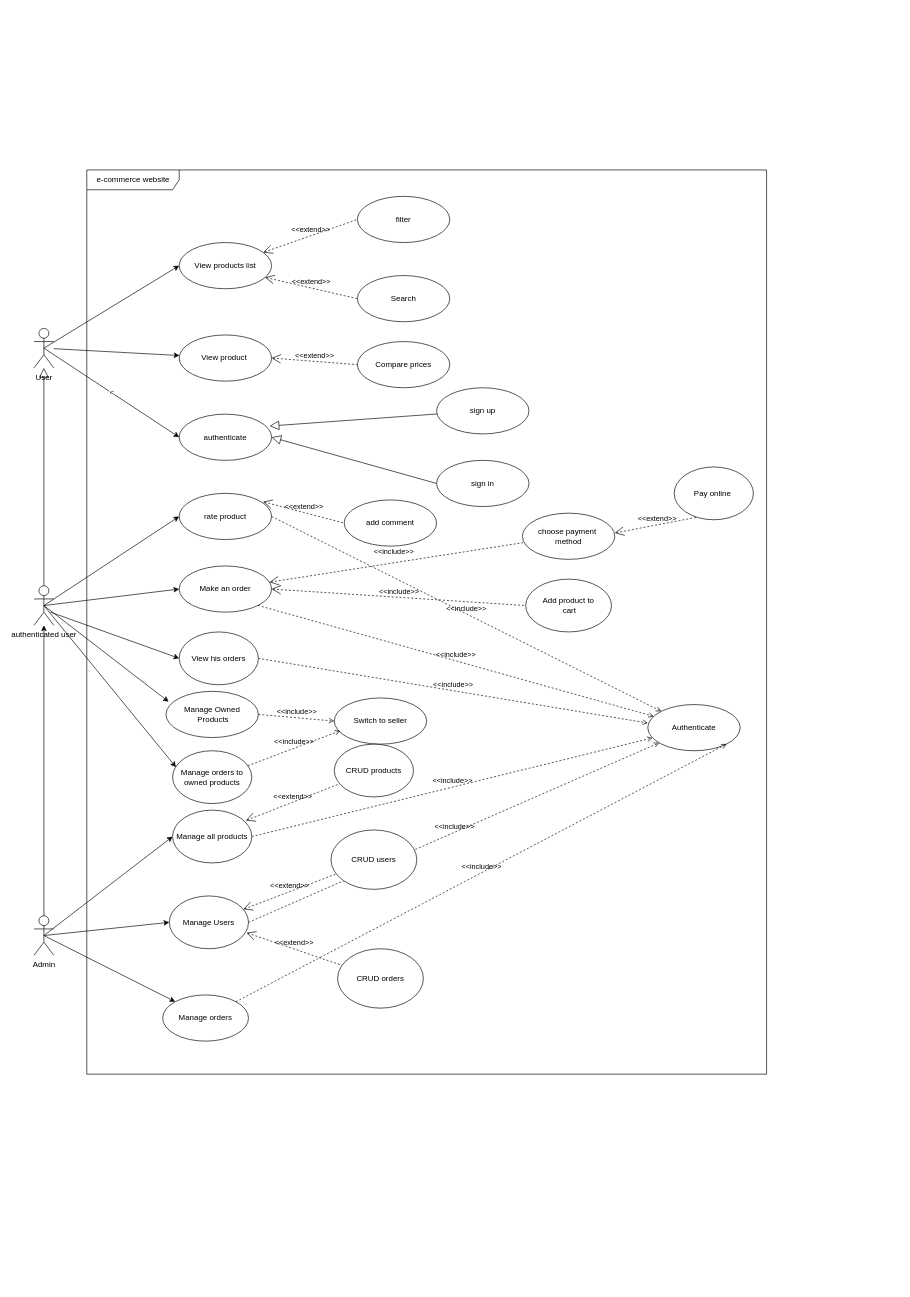
Above: uml/useCase.drawio in zinoubm/Marketly (draw.io), before the change. Source tidied: cells renumbered, new cells numbered last; positions are measured from the earlier drawing's top-left corner, leaving out a move shared by most shapes. Both pictures are drawn from the tidied source at 66%, with x=0, y=0 at pixel (34, 170).
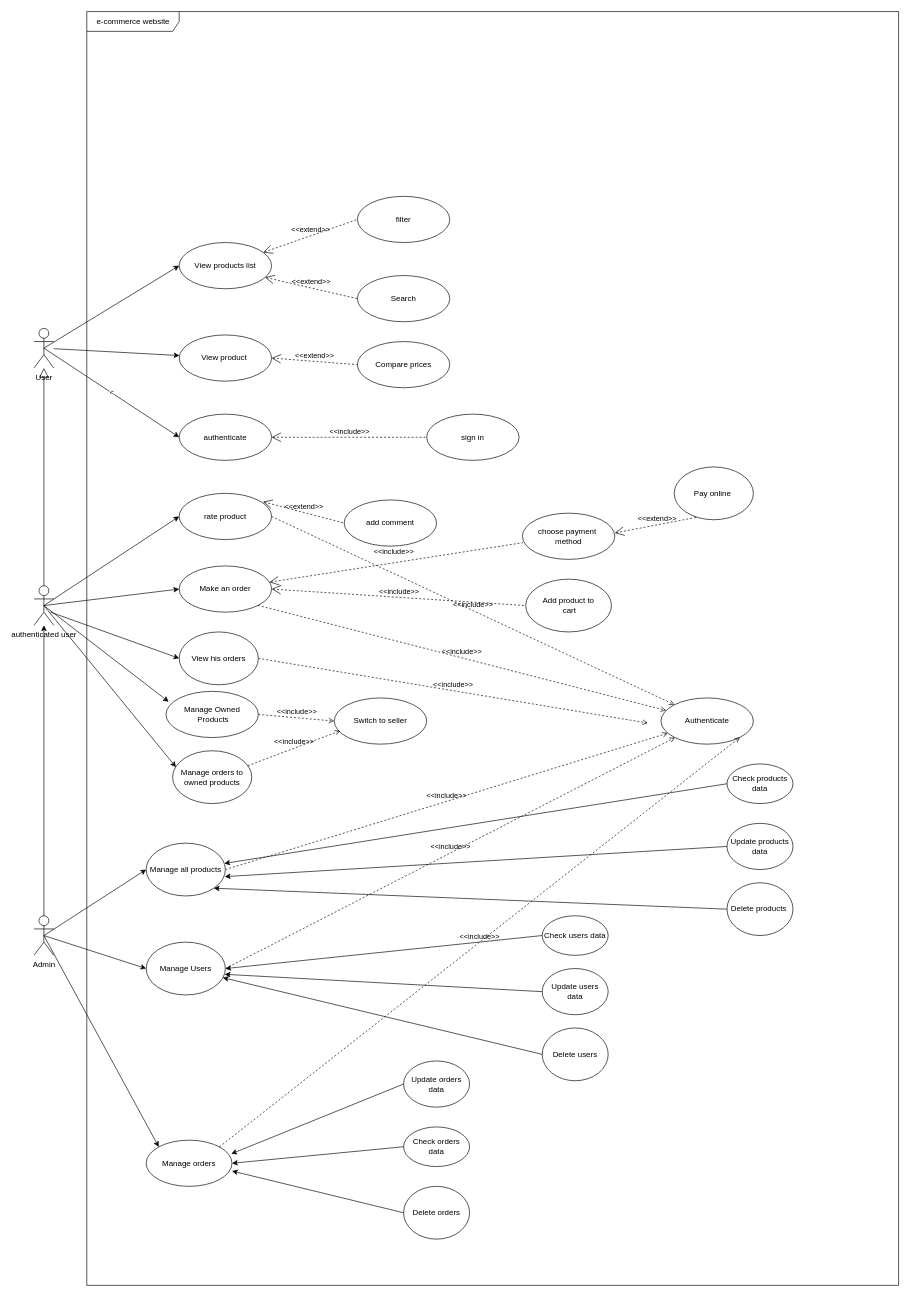
The same diagram, later.

Commit message (it also covers changes not shown here):
add third use case description and fix usecase notes by prof

Unchanged cells that the change refers to:
```xml
<mxCell id="34" value="authenticate" style="ellipse;whiteSpace=wrap;html=1;" parent="1" vertex="1">
  <mxGeometry x="220" y="370" width="140" height="70" as="geometry" />
</mxCell>
```

Change to the diagram source:
```diff
@@
     <mxCell id="2" value="e-commerce website" style="shape=umlFrame;tabWidth=110;tabHeight=30;tabPosition=left;html=1;boundedLbl=1;labelInHeader=1;width=140;height=30;" parent="1" vertex="1">
-      <mxGeometry x="80" width="1030" height="1370" as="geometry" />
+      <mxGeometry x="80" y="-240" width="1230" height="1930" as="geometry" />
     </mxCell>
@@
     <mxCell id="21" value="Authenticate" style="ellipse;whiteSpace=wrap;html=1;" parent="1" vertex="1">
-      <mxGeometry x="930" y="810" width="140" height="70" as="geometry" />
+      <mxGeometry x="950" y="800" width="140" height="70" as="geometry" />
     </mxCell>
@@
     <mxCell id="26" value="Manage orders" style="ellipse;whiteSpace=wrap;html=1;" parent="1" vertex="1">
-      <mxGeometry x="195" y="1250" width="130" height="70" as="geometry" />
+      <mxGeometry x="170" y="1470" width="130" height="70" as="geometry" />
     </mxCell>
@@
-    <mxCell id="32" value="sign up" style="ellipse;whiteSpace=wrap;html=1;" parent="1" vertex="1">
-      <mxGeometry x="610" y="330" width="140" height="70" as="geometry" />
-    </mxCell>
     <mxCell id="33" value="sign in" style="ellipse;whiteSpace=wrap;html=1;" parent="1" vertex="1">
-      <mxGeometry x="610" y="440" width="140" height="70" as="geometry" />
+      <mxGeometry x="595" y="370" width="140" height="70" as="geometry" />
     </mxCell>
@@
-    <mxCell id="40" style="edgeStyle=none;html=1;endArrow=block;endFill=0;endSize=12;verticalAlign=bottom;entryX=0.979;entryY=0.257;entryDx=0;entryDy=0;entryPerimeter=0;" parent="1" edge="1" source="32" target="34">
-      <mxGeometry relative="1" as="geometry" />
-    </mxCell>
@@
-    <mxCell id="43" style="edgeStyle=none;html=1;endArrow=block;endFill=0;endSize=12;verticalAlign=bottom;exitX=0;exitY=0.5;exitDx=0;exitDy=0;entryX=1;entryY=0.5;entryDx=0;entryDy=0;" parent="1" edge="1" source="33" target="34">
-      <mxGeometry relative="1" as="geometry" />
-    </mxCell>
@@
     <mxCell id="46" value="Manage all products" style="ellipse;whiteSpace=wrap;html=1;" parent="1" vertex="1">
-      <mxGeometry x="210" y="970" width="120" height="80" as="geometry" />
+      <mxGeometry x="170" y="1020" width="120" height="80" as="geometry" />
     </mxCell>
     <mxCell id="47" value="Manage Users" style="ellipse;whiteSpace=wrap;html=1;" parent="1" vertex="1">
-      <mxGeometry x="205" y="1100" width="120" height="80" as="geometry" />
+      <mxGeometry x="170" y="1170" width="120" height="80" as="geometry" />
     </mxCell>
@@
-    <mxCell id="50" value="&amp;lt;&amp;lt;extend&amp;gt;&amp;gt;" style="edgeStyle=none;html=1;startArrow=open;endArrow=none;startSize=12;verticalAlign=bottom;dashed=1;labelBackgroundColor=none;exitX=0.925;exitY=0.197;exitDx=0;exitDy=0;exitPerimeter=0;" parent="1" edge="1" source="46" target="51">
-      <mxGeometry relative="1" as="geometry" />
-    </mxCell>
-    <mxCell id="51" value="CRUD products" style="ellipse;whiteSpace=wrap;html=1;" parent="1" vertex="1">
-      <mxGeometry x="455" y="870" width="120" height="80" as="geometry" />
-    </mxCell>
-    <mxCell id="52" value="&amp;lt;&amp;lt;extend&amp;gt;&amp;gt;" style="edgeStyle=none;html=1;startArrow=open;endArrow=none;startSize=12;verticalAlign=bottom;dashed=1;labelBackgroundColor=none;" parent="1" edge="1" source="47" target="57">
-      <mxGeometry relative="1" as="geometry" />
-    </mxCell>
-    <mxCell id="53" value="CRUD orders" style="ellipse;whiteSpace=wrap;html=1;" parent="1" vertex="1">
-      <mxGeometry x="460" y="1180" width="130" height="90" as="geometry" />
+    <mxCell id="53" value="Delete users" style="ellipse;whiteSpace=wrap;html=1;" parent="1" vertex="1">
+      <mxGeometry x="770" y="1300" width="100" height="80" as="geometry" />
     </mxCell>
-    <mxCell id="54" value="&amp;lt;&amp;lt;extend&amp;gt;&amp;gt;" style="edgeStyle=none;html=1;startArrow=open;endArrow=none;startSize=12;verticalAlign=bottom;dashed=1;labelBackgroundColor=none;exitX=0.975;exitY=0.697;exitDx=0;exitDy=0;exitPerimeter=0;" parent="1" edge="1" source="47" target="53">
-      <mxGeometry relative="1" as="geometry" />
-    </mxCell>
@@
-    <mxCell id="57" value="CRUD users" style="ellipse;whiteSpace=wrap;html=1;" parent="1" vertex="1">
-      <mxGeometry x="450" y="1000" width="130" height="90" as="geometry" />
-    </mxCell>
@@
+    <mxCell id="64" value="&amp;lt;&amp;lt;include&amp;gt;&amp;gt;" style="edgeStyle=none;html=1;startArrow=open;endArrow=none;startSize=12;verticalAlign=bottom;dashed=1;labelBackgroundColor=none;entryX=0;entryY=0.5;entryDx=0;entryDy=0;exitX=1;exitY=0.5;exitDx=0;exitDy=0;" parent="1" edge="1" source="34" target="33">
+      <mxGeometry relative="1" as="geometry" />
+    </mxCell>
+    <mxCell id="65" value="Update users data" style="ellipse;whiteSpace=wrap;html=1;" parent="1" vertex="1">
+      <mxGeometry x="770" y="1210" width="100" height="70" as="geometry" />
+    </mxCell>
+    <mxCell id="66" value="Check users data" style="ellipse;whiteSpace=wrap;html=1;" parent="1" vertex="1">
+      <mxGeometry x="770" y="1130" width="100" height="60" as="geometry" />
+    </mxCell>
+    <mxCell id="67" value="Check products data" style="ellipse;whiteSpace=wrap;html=1;" parent="1" vertex="1">
+      <mxGeometry x="1050" y="900" width="100" height="60" as="geometry" />
+    </mxCell>
+    <mxCell id="68" value="Update orders data" style="ellipse;whiteSpace=wrap;html=1;" parent="1" vertex="1">
+      <mxGeometry x="560" y="1350" width="100" height="70" as="geometry" />
+    </mxCell>
+    <mxCell id="69" value="Update products data" style="ellipse;whiteSpace=wrap;html=1;" parent="1" vertex="1">
+      <mxGeometry x="1050" y="990" width="100" height="70" as="geometry" />
+    </mxCell>
+    <mxCell id="70" value="Check orders&lt;div&gt;data&lt;/div&gt;" style="ellipse;whiteSpace=wrap;html=1;" parent="1" vertex="1">
+      <mxGeometry x="560" y="1450" width="100" height="60" as="geometry" />
+    </mxCell>
+    <mxCell id="71" value="Delete products&amp;nbsp;" style="ellipse;whiteSpace=wrap;html=1;" parent="1" vertex="1">
+      <mxGeometry x="1050" y="1080" width="100" height="80" as="geometry" />
+    </mxCell>
+    <mxCell id="72" value="Delete orders" style="ellipse;whiteSpace=wrap;html=1;" parent="1" vertex="1">
+      <mxGeometry x="560" y="1540" width="100" height="80" as="geometry" />
+    </mxCell>
+    <mxCell id="73" style="endArrow=classic;html=1;rounded=0;entryX=0.992;entryY=0.296;entryDx=0;entryDy=0;entryPerimeter=0;exitX=0;exitY=0.5;exitDx=0;exitDy=0;" parent="1" edge="1" source="68" target="26">
+      <mxGeometry relative="1" as="geometry" />
+    </mxCell>
+    <mxCell id="74" style="endArrow=classic;html=1;rounded=0;entryX=1;entryY=0.5;entryDx=0;entryDy=0;exitX=0;exitY=0.5;exitDx=0;exitDy=0;" parent="1" edge="1" source="70" target="26">
+      <mxGeometry relative="1" as="geometry" />
+    </mxCell>
+    <mxCell id="75" style="endArrow=classic;html=1;rounded=0;entryX=1;entryY=0.668;entryDx=0;entryDy=0;entryPerimeter=0;exitX=0;exitY=0.5;exitDx=0;exitDy=0;" parent="1" edge="1" source="72" target="26">
+      <mxGeometry relative="1" as="geometry" />
+    </mxCell>
+    <mxCell id="76" style="endArrow=classic;html=1;rounded=0;entryX=0.967;entryY=0.672;entryDx=0;entryDy=0;entryPerimeter=0;exitX=0;exitY=0.5;exitDx=0;exitDy=0;" parent="1" edge="1" source="53" target="47">
+      <mxGeometry relative="1" as="geometry" />
+    </mxCell>
+    <mxCell id="77" style="endArrow=classic;html=1;rounded=0;entryX=0.992;entryY=0.609;entryDx=0;entryDy=0;entryPerimeter=0;exitX=0;exitY=0.5;exitDx=0;exitDy=0;" parent="1" edge="1" source="65" target="47">
+      <mxGeometry relative="1" as="geometry" />
+    </mxCell>
+    <mxCell id="78" style="endArrow=classic;html=1;rounded=0;exitX=0;exitY=0.5;exitDx=0;exitDy=0;" parent="1" edge="1" source="66">
+      <mxGeometry relative="1" as="geometry">
+        <mxPoint x="290" y="1210" as="targetPoint" />
+      </mxGeometry>
+    </mxCell>
+    <mxCell id="79" style="endArrow=classic;html=1;rounded=0;exitX=0;exitY=0.5;exitDx=0;exitDy=0;entryX=1;entryY=1;entryDx=0;entryDy=0;" parent="1" edge="1" source="71" target="46">
+      <mxGeometry relative="1" as="geometry" />
+    </mxCell>
+    <mxCell id="80" style="endArrow=classic;html=1;rounded=0;exitX=0;exitY=0.5;exitDx=0;exitDy=0;entryX=0.992;entryY=0.634;entryDx=0;entryDy=0;entryPerimeter=0;" parent="1" edge="1" source="69" target="46">
+      <mxGeometry relative="1" as="geometry" />
+    </mxCell>
+    <mxCell id="81" style="endArrow=classic;html=1;rounded=0;exitX=0;exitY=0.5;exitDx=0;exitDy=0;" parent="1" edge="1" source="67" target="46">
+      <mxGeometry relative="1" as="geometry" />
+    </mxCell>
```
